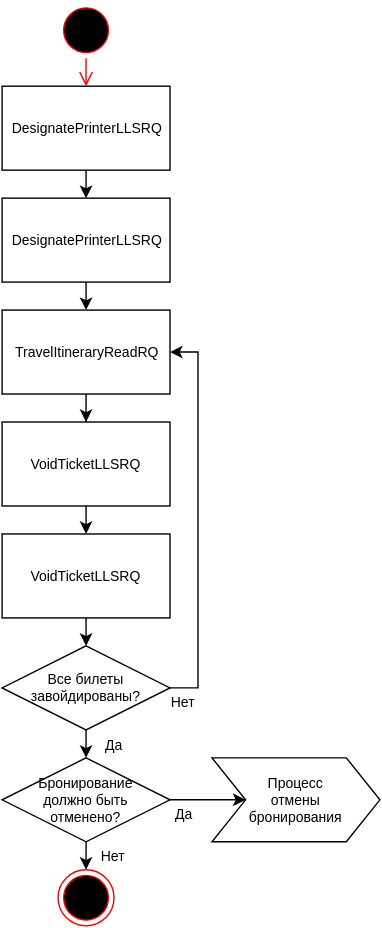
Before: assets/svg/Void Tickets/[RU]Void Tickets[IPCC]-1.svg, a diagram exported from draw.io (andreypolyak/sabre-apis-ru). Source tidied: cells renumbered, new cells last; positions are measured from the earlier drawing's top-left corner, leaving out a move shared by most shapes.
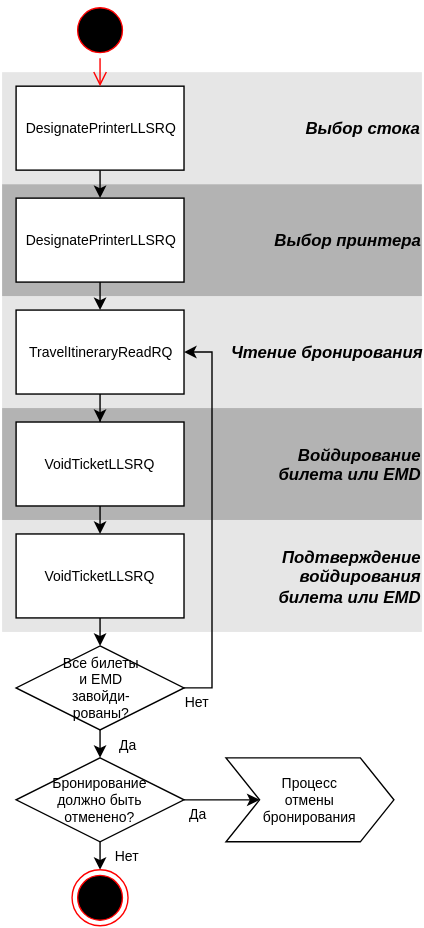
Later version of the same file.

Change to the diagram source:
```diff
@@ -2,6 +2,21 @@
   <root>
     <mxCell id="0" />
     <mxCell id="1" parent="0" />
+    <mxCell id="23" value="&lt;div style=&quot;text-align: right&quot;&gt;&lt;span&gt;&lt;b&gt;&lt;i&gt;&lt;font style=&quot;font-size: 12px&quot;&gt;Подтверждение&lt;/font&gt;&lt;/i&gt;&lt;/b&gt;&lt;/span&gt;&lt;/div&gt;&lt;div style=&quot;text-align: right&quot;&gt;&lt;span&gt;&lt;b&gt;&lt;i&gt;&lt;font style=&quot;font-size: 12px&quot;&gt;войдирования&lt;/font&gt;&lt;/i&gt;&lt;/b&gt;&lt;/span&gt;&lt;/div&gt;&lt;div style=&quot;text-align: right&quot;&gt;&lt;span&gt;&lt;b&gt;&lt;i&gt;&lt;font style=&quot;font-size: 12px&quot;&gt;билета или EMD&lt;/font&gt;&lt;/i&gt;&lt;/b&gt;&lt;/span&gt;&lt;br&gt;&lt;/div&gt;" style="whiteSpace=wrap;html=1;fillColor=#E6E6E6;fontSize=10;strokeColor=none;align=right;gradientColor=none;" parent="1" vertex="1">
+      <mxGeometry x="-10" y="370" width="300" height="80" as="geometry" />
+    </mxCell>
+    <mxCell id="24" value="&lt;div style=&quot;text-align: right&quot;&gt;&lt;span&gt;&lt;b&gt;&lt;i&gt;&lt;font style=&quot;font-size: 12px&quot;&gt;Войдирование&lt;/font&gt;&lt;/i&gt;&lt;/b&gt;&lt;/span&gt;&lt;/div&gt;&lt;div style=&quot;text-align: right&quot;&gt;&lt;span&gt;&lt;b&gt;&lt;i&gt;&lt;font style=&quot;font-size: 12px&quot;&gt;билета или EMD&lt;/font&gt;&lt;/i&gt;&lt;/b&gt;&lt;/span&gt;&lt;br&gt;&lt;/div&gt;" style="whiteSpace=wrap;html=1;fillColor=#B3B3B3;fontSize=10;strokeColor=none;align=right;gradientColor=none;" parent="1" vertex="1">
+      <mxGeometry x="-10" y="290" width="300" height="80" as="geometry" />
+    </mxCell>
+    <mxCell id="25" value="&lt;div style=&quot;text-align: right&quot;&gt;&lt;span&gt;&lt;b&gt;&lt;i&gt;&lt;font style=&quot;font-size: 12px&quot;&gt;Чтение бронирования&lt;/font&gt;&lt;/i&gt;&lt;/b&gt;&lt;/span&gt;&lt;br&gt;&lt;/div&gt;" style="whiteSpace=wrap;html=1;fillColor=#E6E6E6;fontSize=10;strokeColor=none;align=right;gradientColor=none;" parent="1" vertex="1">
+      <mxGeometry x="-10" y="210" width="300" height="80" as="geometry" />
+    </mxCell>
+    <mxCell id="26" value="&lt;div style=&quot;text-align: right&quot;&gt;&lt;span&gt;&lt;b&gt;&lt;i&gt;&lt;font style=&quot;font-size: 12px&quot;&gt;Выбор принтера&lt;/font&gt;&lt;/i&gt;&lt;/b&gt;&lt;/span&gt;&lt;br&gt;&lt;/div&gt;" style="whiteSpace=wrap;html=1;fillColor=#B3B3B3;fontSize=10;strokeColor=none;align=right;gradientColor=none;" parent="1" vertex="1">
+      <mxGeometry x="-10" y="130" width="300" height="80" as="geometry" />
+    </mxCell>
+    <mxCell id="27" value="&lt;div style=&quot;text-align: right&quot;&gt;&lt;span&gt;&lt;b&gt;&lt;i&gt;&lt;font style=&quot;font-size: 12px&quot;&gt;Выбор стока&lt;/font&gt;&lt;/i&gt;&lt;/b&gt;&lt;/span&gt;&lt;br&gt;&lt;/div&gt;" style="whiteSpace=wrap;html=1;fillColor=#E6E6E6;fontSize=10;strokeColor=none;align=right;gradientColor=none;" parent="1" vertex="1">
+      <mxGeometry x="-10" y="50" width="300" height="80" as="geometry" />
+    </mxCell>
     <mxCell id="2" style="edgeStyle=orthogonalEdgeStyle;rounded=0;html=1;exitX=0.5;exitY=1;jettySize=auto;fontSize=10;" parent="1" edge="1" source="3" target="9">
       <mxGeometry relative="1" as="geometry" />
     </mxCell>
@@ -55,7 +70,7 @@
         <mxPoint x="10" y="130" as="offset" />
       </mxGeometry>
     </mxCell>
-    <mxCell id="15" value="Все билеты&lt;div&gt;завойдированы?&lt;/div&gt;" style="rhombus;whiteSpace=wrap;html=1;rounded=0;fontSize=10;" parent="1" vertex="1">
+    <mxCell id="15" value="Все билеты&lt;div&gt;и EMD&lt;br&gt;&lt;div&gt;завойди-&lt;/div&gt;&lt;div&gt;рованы?&lt;/div&gt;&lt;/div&gt;" style="rhombus;whiteSpace=wrap;html=1;rounded=0;fontSize=10;" parent="1" vertex="1">
       <mxGeometry y="460" width="120" height="60" as="geometry" />
     </mxCell>
     <mxCell id="16" value="Да" style="edgeStyle=orthogonalEdgeStyle;rounded=0;html=1;exitX=1;exitY=0.5;entryX=0.2;entryY=0.5;entryPerimeter=0;jettySize=auto;fontSize=10;" parent="1" edge="1" source="18" target="19">
```
